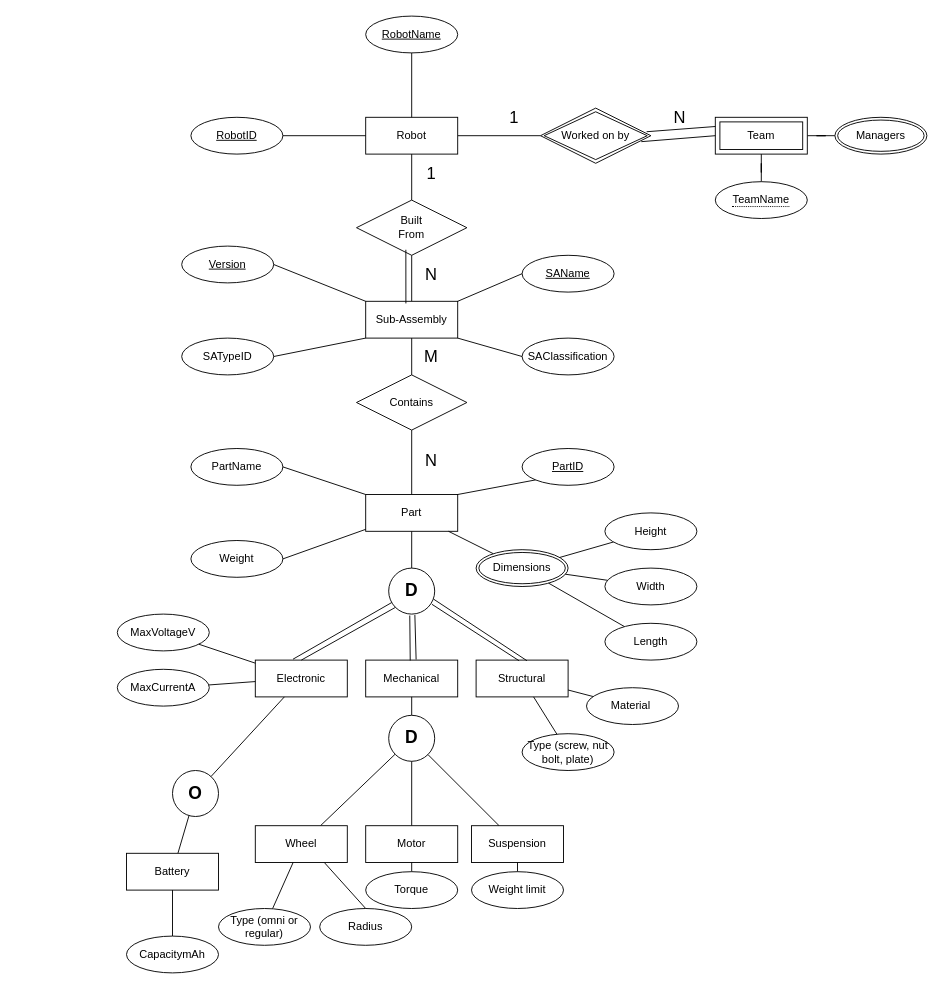
Earlier version of the draw.io diagram ER Diagram.drawio (krrishsetia/CMPT354-Project). Source tidied: cells renumbered, new cells numbered last; positions are measured from the earlier drawing's top-left corner, leaving out a move shared by most shapes. Both pictures are drawn from the tidied source at 92%, with x=0, y=0 at pixel (117, 16).
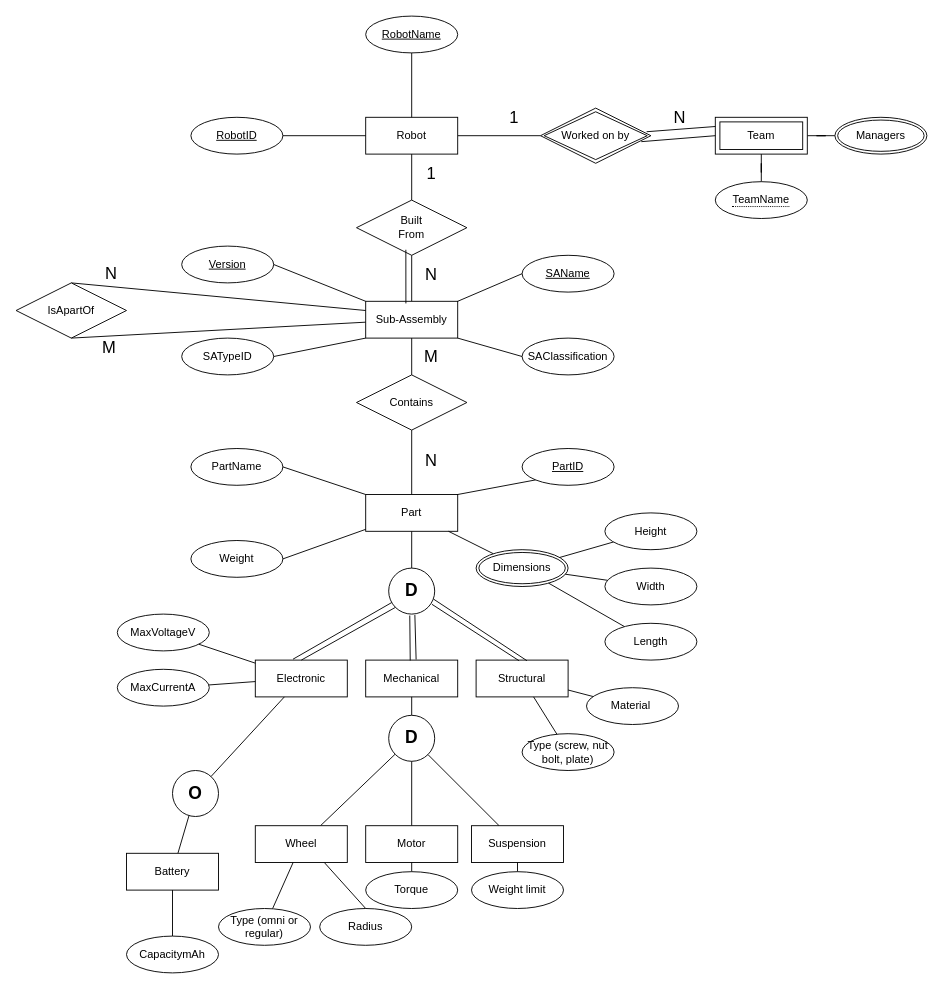
The same diagram, later.

Commit message:
added another relation

The change refers to these unchanged cells:
```xml
<mxCell id="14" value="Sub-Assembly" style="whiteSpace=wrap;html=1;align=center;" parent="1" vertex="1">
  <mxGeometry x="270" y="310" width="100" height="40" as="geometry" />
</mxCell>
```

Change to the diagram source:
```diff
@@
+    <mxCell id="94" style="endArrow=none;html=1;rounded=0;entryX=0;entryY=0.25;entryDx=0;entryDy=0;exitX=0.5;exitY=0;exitDx=0;exitDy=0;" parent="1" edge="1" source="95" target="14">
+      <mxGeometry relative="1" as="geometry" />
+    </mxCell>
+    <mxCell id="95" value="IsApartOf" style="shape=rhombus;perimeter=rhombusPerimeter;whiteSpace=wrap;html=1;align=center;" parent="1" vertex="1">
+      <mxGeometry x="-110" y="290" width="120" height="60" as="geometry" />
+    </mxCell>
+    <mxCell id="96" style="endArrow=none;html=1;rounded=0;exitX=0.5;exitY=1;exitDx=0;exitDy=0;" parent="1" edge="1" source="95" target="14">
+      <mxGeometry relative="1" as="geometry" />
+    </mxCell>
+    <mxCell id="97" value="&lt;font style=&quot;font-size: 18px;&quot;&gt;N&lt;/font&gt;" style="edgeLabel;html=1;align=center;verticalAlign=middle;" parent="1" vertex="1">
+      <mxGeometry y="280" as="geometry">
+        <mxPoint x="-8" y="-1" as="offset" />
+      </mxGeometry>
+    </mxCell>
+    <mxCell id="98" value="&lt;font style=&quot;font-size: 18px;&quot;&gt;M&lt;/font&gt;" style="edgeLabel;html=1;align=center;verticalAlign=middle;" parent="1" vertex="1">
+      <mxGeometry x="-10" y="360" as="geometry" />
+    </mxCell>
```
